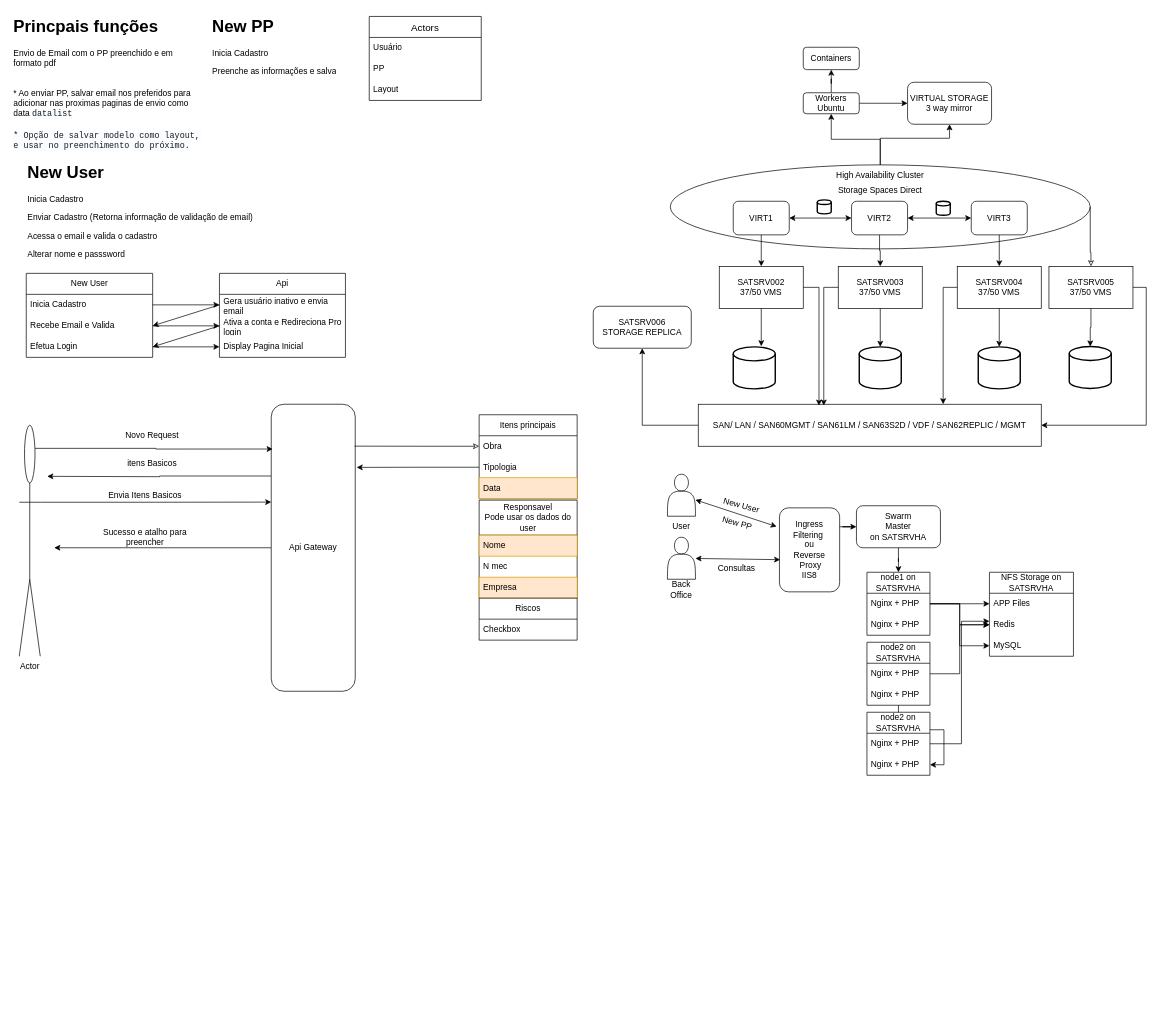
Above: idea/idea.drawio in DiegoCarrilho/PlanoPastor (draw.io), before the change. Source tidied: cells renumbered, new cells numbered last; positions are measured from the earlier drawing's top-left corner, leaving out a move shared by most shapes. Both pictures are drawn from the tidied source at 70%, with x=0, y=0 at pixel (12, 12).
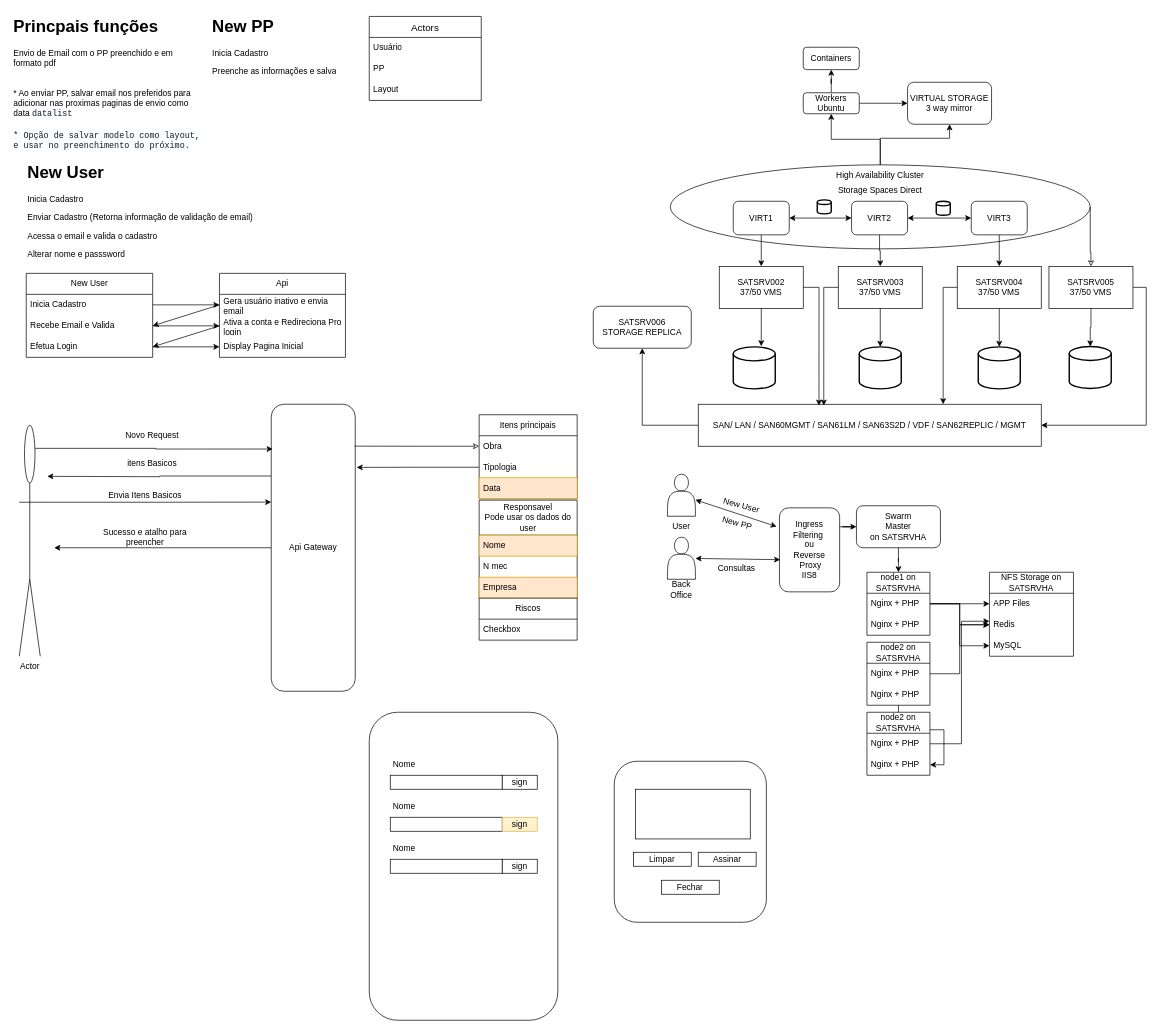
The same page after the edit.

The edit, as a diff of the source:
```diff
@@
+    <mxCell id="118" style="rounded=1;whiteSpace=wrap;html=1;" parent="1" vertex="1">
+      <mxGeometry x="510" y="1000" width="269.4" height="440" as="geometry" />
+    </mxCell>
+    <mxCell id="119" style="rounded=0;whiteSpace=wrap;html=1;" parent="1" vertex="1">
+      <mxGeometry x="540" y="1090" width="160" height="20" as="geometry" />
+    </mxCell>
+    <mxCell id="120" value="Nome" style="text;html=1;align=center;verticalAlign=middle;whiteSpace=wrap;rounded=0;" parent="1" vertex="1">
+      <mxGeometry x="530" y="1060" width="60" height="30" as="geometry" />
+    </mxCell>
+    <mxCell id="121" value="sign" style="rounded=0;whiteSpace=wrap;html=1;" parent="1" vertex="1">
+      <mxGeometry x="700" y="1090" width="50" height="20" as="geometry" />
+    </mxCell>
+    <mxCell id="122" style="rounded=0;whiteSpace=wrap;html=1;" parent="1" vertex="1">
+      <mxGeometry x="540" y="1150" width="160" height="20" as="geometry" />
+    </mxCell>
+    <mxCell id="123" value="Nome" style="text;html=1;align=center;verticalAlign=middle;whiteSpace=wrap;rounded=0;" parent="1" vertex="1">
+      <mxGeometry x="530" y="1120" width="60" height="30" as="geometry" />
+    </mxCell>
+    <mxCell id="124" value="sign" style="rounded=0;whiteSpace=wrap;html=1;fillColor=#fff2cc;strokeColor=#d6b656;" parent="1" vertex="1">
+      <mxGeometry x="700" y="1150" width="50" height="20" as="geometry" />
+    </mxCell>
+    <mxCell id="125" style="rounded=0;whiteSpace=wrap;html=1;" parent="1" vertex="1">
+      <mxGeometry x="540" y="1210" width="160" height="20" as="geometry" />
+    </mxCell>
+    <mxCell id="126" value="Nome" style="text;html=1;align=center;verticalAlign=middle;whiteSpace=wrap;rounded=0;" parent="1" vertex="1">
+      <mxGeometry x="530" y="1180" width="60" height="30" as="geometry" />
+    </mxCell>
+    <mxCell id="127" value="sign" style="rounded=0;whiteSpace=wrap;html=1;" parent="1" vertex="1">
+      <mxGeometry x="700" y="1210" width="50" height="20" as="geometry" />
+    </mxCell>
+    <mxCell id="128" style="rounded=1;whiteSpace=wrap;html=1;" parent="1" vertex="1">
+      <mxGeometry x="860" y="1070" width="217.3" height="230" as="geometry" />
+    </mxCell>
+    <mxCell id="129" style="rounded=0;whiteSpace=wrap;html=1;" parent="1" vertex="1">
+      <mxGeometry x="890.3" y="1110" width="164" height="71" as="geometry" />
+    </mxCell>
+    <mxCell id="130" value="Limpar" style="rounded=0;whiteSpace=wrap;html=1;" parent="1" vertex="1">
+      <mxGeometry x="887.3" y="1200" width="82.7" height="20" as="geometry" />
+    </mxCell>
+    <mxCell id="131" value="Assinar" style="rounded=0;whiteSpace=wrap;html=1;" parent="1" vertex="1">
+      <mxGeometry x="980" y="1200" width="82.7" height="20" as="geometry" />
+    </mxCell>
+    <mxCell id="132" value="Fechar" style="rounded=0;whiteSpace=wrap;html=1;" parent="1" vertex="1">
+      <mxGeometry x="927.3" y="1240" width="82.7" height="20" as="geometry" />
+    </mxCell>
```
